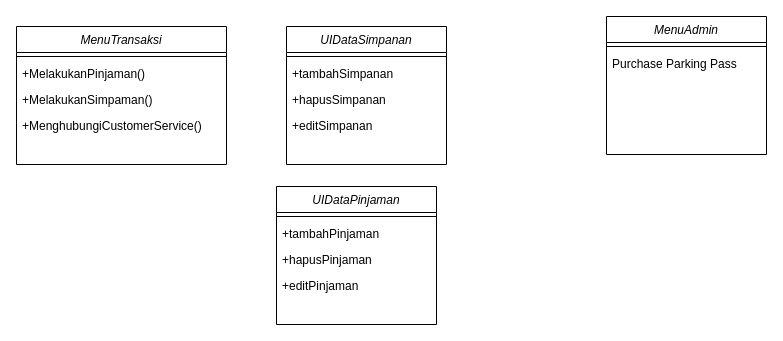
Earlier version of the draw.io diagram class.drawio (irfanshow/UML). Source tidied: cells renumbered, new cells numbered last; positions are measured from the earlier drawing's top-left corner, leaving out a move shared by most shapes. Both pictures are drawn from the tidied source at 100%, with x=0, y=0 at pixel (16, 16).
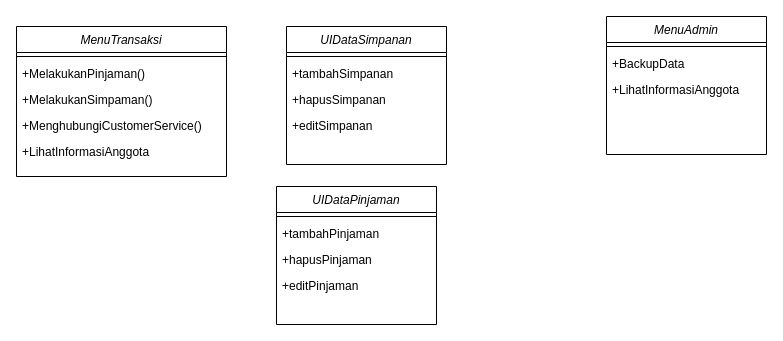
The same page after the edit.

The change refers to these unchanged cells:
```xml
<mxCell id="12" value="MenuAdmin" style="swimlane;fontStyle=2;align=center;verticalAlign=top;horizontal=1;startSize=26;rounded=0;shadow=0;strokeWidth=1;" parent="1" vertex="1">
  <mxGeometry x="590" width="160" height="138" as="geometry" />
</mxCell>
```

Change to the diagram source:
```diff
@@
     <mxCell id="7" value="MenuTransaksi" style="swimlane;fontStyle=2;align=center;verticalAlign=top;horizontal=1;startSize=26;rounded=0;shadow=0;strokeWidth=1;" parent="1" vertex="1">
-      <mxGeometry y="10" width="210" height="138" as="geometry" />
+      <mxGeometry y="10" width="210" height="150" as="geometry" />
     </mxCell>
@@
+    <mxCell id="20" value="+LihatInformasiAnggota" style="text;align=left;verticalAlign=top;spacingLeft=4;spacingRight=4;overflow=hidden;" parent="7" vertex="1">
+      <mxGeometry y="112" width="210" height="26" as="geometry" />
+    </mxCell>
@@
-    <mxCell id="14" value="Purchase Parking Pass" style="text;align=left;verticalAlign=top;spacingLeft=4;spacingRight=4;overflow=hidden;" parent="12" vertex="1">
+    <mxCell id="14" value="+BackupData" style="text;align=left;verticalAlign=top;spacingLeft=4;spacingRight=4;overflow=hidden;" parent="12" vertex="1">
       <mxGeometry y="34" width="160" height="26" as="geometry" />
     </mxCell>
+    <mxCell id="21" value="+LihatInformasiAnggota" style="text;align=left;verticalAlign=top;spacingLeft=4;spacingRight=4;overflow=hidden;" parent="12" vertex="1">
+      <mxGeometry y="60" width="160" height="26" as="geometry" />
+    </mxCell>
```
